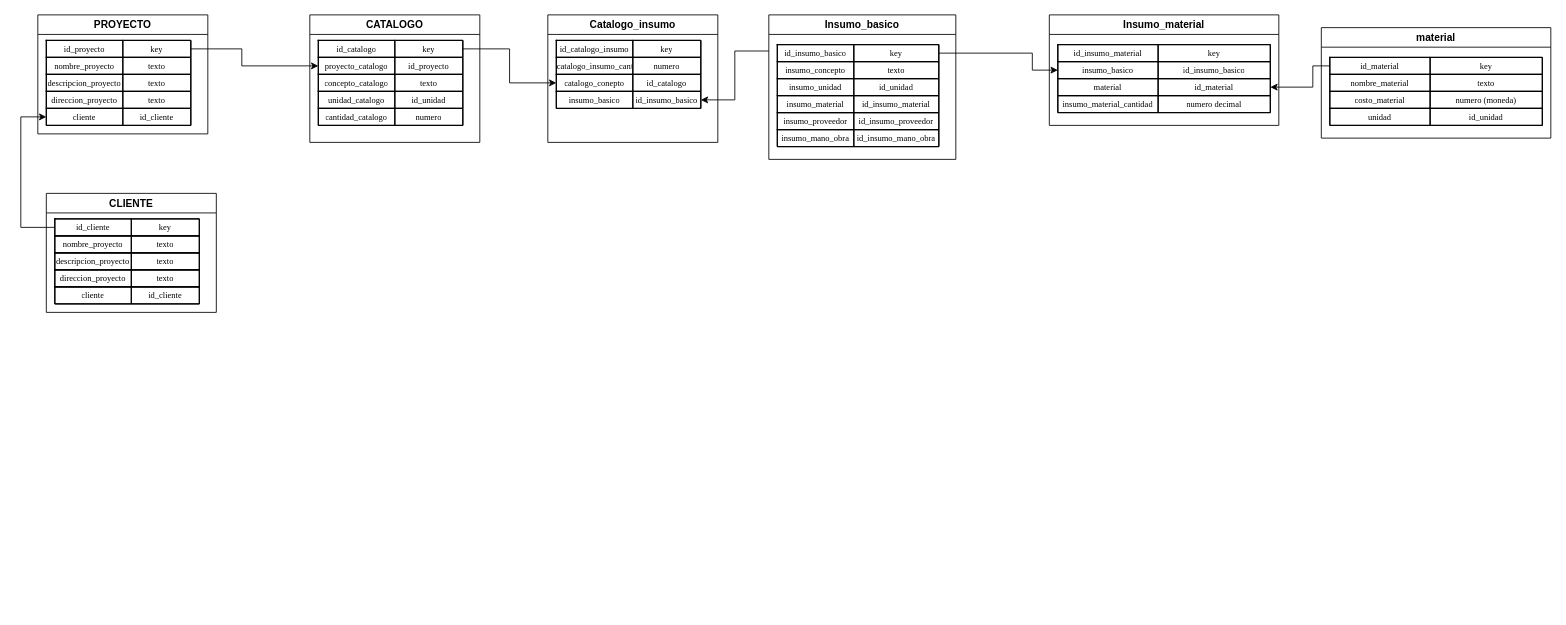
Above: Base_datos.drawio in joserra71/AdmonObra (draw.io), before the change. Source tidied: cells renumbered, new cells numbered last; positions are measured from the earlier drawing's top-left corner, leaving out a move shared by most shapes. Both pictures are drawn from the tidied source at 85%, with x=0, y=0 at pixel (20, 14).
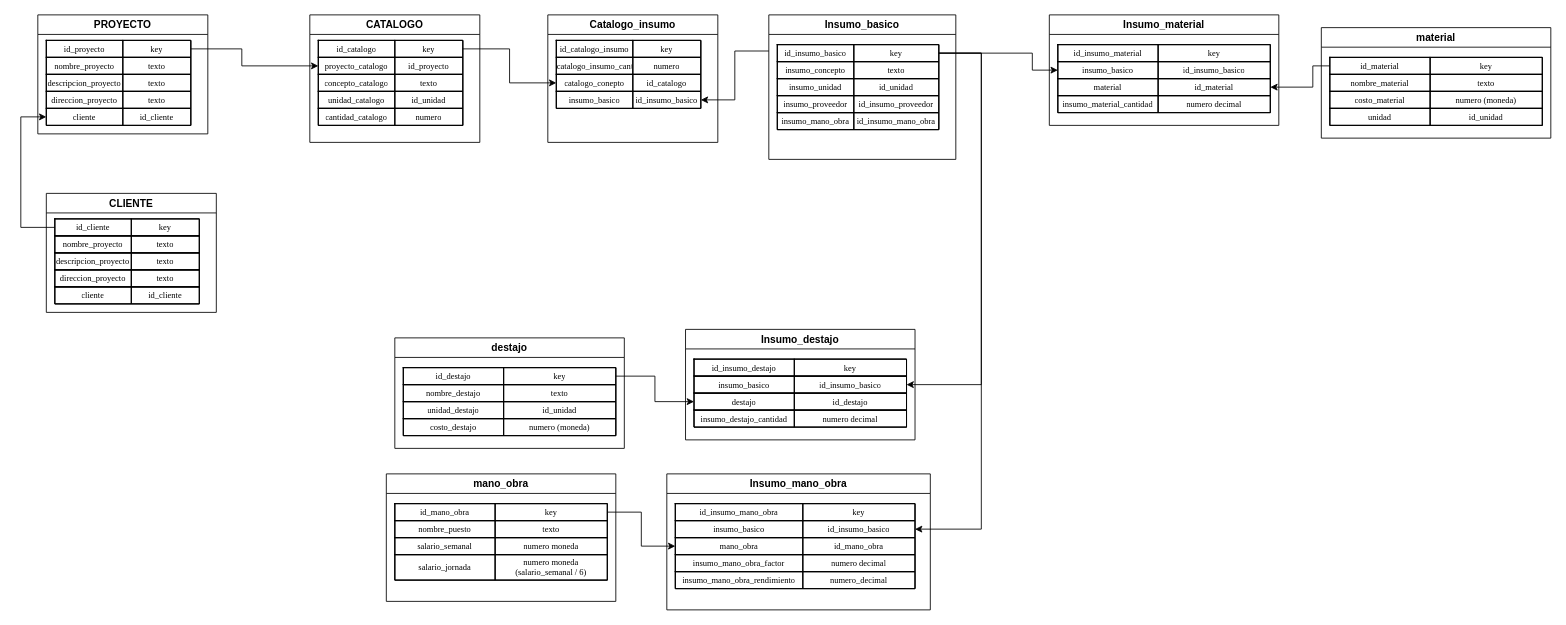
The same page after the edit.

The change refers to these unchanged cells:
```xml
<mxCell id="71" value="Insumo_basico" style="swimlane;whiteSpace=wrap;html=1;" parent="1" vertex="1">
  <mxGeometry x="880" width="220" height="170" as="geometry" />
</mxCell>
<mxCell id="73" style="shape=tableRow;horizontal=0;startSize=0;swimlaneHead=0;swimlaneBody=0;strokeColor=inherit;fillColor=none;points=[[0,0.5],[1,0.5]];portConstraint=eastwest;fixedHeader=1;" parent="72" vertex="1">
  <mxGeometry width="190" height="20" as="geometry" />
</mxCell>
```

What changed in the source:
```diff
@@
     <mxCell id="72" style="shape=table;startSize=0;childLayout=tableLayout;fixedHeader=1;tableRender=collapsed;" parent="71" vertex="1">
-      <mxGeometry x="10" y="35" width="190" height="120" as="geometry" />
+      <mxGeometry x="10" y="35" width="190" height="100" as="geometry" />
     </mxCell>
@@
-    <mxCell id="82" style="shape=tableRow;horizontal=0;startSize=0;swimlaneHead=0;swimlaneBody=0;strokeColor=inherit;fillColor=none;fixedHeader=1;" parent="72" vertex="1">
-      <mxGeometry y="60" width="190" height="20" as="geometry" />
-    </mxCell>
-    <mxCell id="83" value="insumo_material" style="shape=partialRectangle;html=1;whiteSpace=wrap;strokeColor=inherit;overflow=hidden;fillColor=none;fontFamily=Garamond;fontSize=10;" parent="82" vertex="1">
-      <mxGeometry width="90" height="20" as="geometry" />
-    </mxCell>
-    <mxCell id="84" value="id_insumo_material" style="shape=partialRectangle;html=1;whiteSpace=wrap;strokeColor=inherit;overflow=hidden;fillColor=none;fontFamily=Garamond;fontSize=10;" parent="82" vertex="1">
-      <mxGeometry x="90" width="100" height="20" as="geometry" />
-    </mxCell>
     <mxCell id="85" style="shape=tableRow;horizontal=0;startSize=0;swimlaneHead=0;swimlaneBody=0;strokeColor=inherit;fillColor=none;fixedHeader=1;" parent="72" vertex="1">
-      <mxGeometry y="80" width="190" height="20" as="geometry" />
+      <mxGeometry y="60" width="190" height="20" as="geometry" />
     </mxCell>
@@
     <mxCell id="88" style="shape=tableRow;horizontal=0;startSize=0;swimlaneHead=0;swimlaneBody=0;strokeColor=inherit;fillColor=none;fixedHeader=1;" parent="72" vertex="1">
-      <mxGeometry y="100" width="190" height="20" as="geometry" />
+      <mxGeometry y="80" width="190" height="20" as="geometry" />
     </mxCell>
@@
+    <mxCell id="121" value="Insumo_destajo" style="swimlane;whiteSpace=wrap;html=1;" parent="1" vertex="1">
+      <mxGeometry x="782" y="370" width="270" height="130" as="geometry" />
+    </mxCell>
+    <mxCell id="122" style="shape=table;startSize=0;childLayout=tableLayout;fixedHeader=1;tableRender=collapsed;" parent="121" vertex="1">
+      <mxGeometry x="10" y="35" width="250" height="80" as="geometry" />
+    </mxCell>
+    <mxCell id="123" style="shape=tableRow;horizontal=0;startSize=0;swimlaneHead=0;swimlaneBody=0;strokeColor=inherit;fillColor=none;fixedHeader=1;" parent="122" vertex="1">
+      <mxGeometry width="250" height="20" as="geometry" />
+    </mxCell>
+    <mxCell id="124" value="id_insumo_destajo" style="shape=partialRectangle;html=1;whiteSpace=wrap;strokeColor=inherit;overflow=hidden;fillColor=none;fontFamily=Garamond;fontSize=10;" parent="123" vertex="1">
+      <mxGeometry width="118" height="20" as="geometry" />
+    </mxCell>
+    <mxCell id="125" value="key" style="shape=partialRectangle;html=1;whiteSpace=wrap;strokeColor=inherit;overflow=hidden;fillColor=none;fontFamily=Garamond;fontSize=10;" parent="123" vertex="1">
+      <mxGeometry x="118" width="132" height="20" as="geometry" />
+    </mxCell>
+    <mxCell id="126" style="shape=tableRow;horizontal=0;startSize=0;swimlaneHead=0;swimlaneBody=0;strokeColor=inherit;fillColor=none;points=[[0,0.5],[1,0.5]];portConstraint=eastwest;fixedHeader=1;" parent="122" vertex="1">
+      <mxGeometry y="20" width="250" height="20" as="geometry" />
+    </mxCell>
+    <mxCell id="127" value="insumo_basico" style="shape=partialRectangle;html=1;whiteSpace=wrap;strokeColor=inherit;overflow=hidden;fillColor=none;fontFamily=Garamond;fontSize=10;" parent="126" vertex="1">
+      <mxGeometry width="118" height="20" as="geometry" />
+    </mxCell>
+    <mxCell id="128" value="id_insumo_basico" style="shape=partialRectangle;html=1;whiteSpace=wrap;strokeColor=inherit;overflow=hidden;fillColor=none;fontFamily=Garamond;fontSize=10;" parent="126" vertex="1">
+      <mxGeometry x="118" width="132" height="20" as="geometry" />
+    </mxCell>
+    <mxCell id="129" style="shape=tableRow;horizontal=0;startSize=0;swimlaneHead=0;swimlaneBody=0;strokeColor=inherit;fillColor=none;points=[[0,0.5],[1,0.5]];portConstraint=eastwest;fixedHeader=1;" parent="122" vertex="1">
+      <mxGeometry y="40" width="250" height="20" as="geometry" />
+    </mxCell>
+    <mxCell id="130" value="destajo" style="shape=partialRectangle;html=1;whiteSpace=wrap;strokeColor=inherit;overflow=hidden;fillColor=none;fontFamily=Garamond;fontSize=10;" parent="129" vertex="1">
+      <mxGeometry width="118" height="20" as="geometry" />
+    </mxCell>
+    <mxCell id="131" value="id_destajo" style="shape=partialRectangle;html=1;whiteSpace=wrap;strokeColor=inherit;overflow=hidden;fillColor=none;fontFamily=Garamond;fontSize=10;" parent="129" vertex="1">
+      <mxGeometry x="118" width="132" height="20" as="geometry" />
+    </mxCell>
+    <mxCell id="132" style="shape=tableRow;horizontal=0;startSize=0;swimlaneHead=0;swimlaneBody=0;strokeColor=inherit;fillColor=none;fixedHeader=1;" parent="122" vertex="1">
+      <mxGeometry y="60" width="250" height="20" as="geometry" />
+    </mxCell>
+    <mxCell id="133" value="insumo_destajo_cantidad" style="shape=partialRectangle;html=1;whiteSpace=wrap;strokeColor=inherit;overflow=hidden;fillColor=none;fontFamily=Garamond;fontSize=10;" parent="132" vertex="1">
+      <mxGeometry width="118" height="20" as="geometry" />
+    </mxCell>
+    <mxCell id="134" value="numero decimal" style="shape=partialRectangle;html=1;whiteSpace=wrap;strokeColor=inherit;overflow=hidden;fillColor=none;fontFamily=Garamond;fontSize=10;" parent="132" vertex="1">
+      <mxGeometry x="118" width="132" height="20" as="geometry" />
+    </mxCell>
+    <mxCell id="135" style="edgeStyle=orthogonalEdgeStyle;rounded=0;jettySize=auto;html=1;exitX=1;exitY=0.5;exitDx=0;exitDy=0;defaultLabelBackgroundColor=page;entryX=1;entryY=0.5;entryDx=0;entryDy=0;" parent="1" edge="1" source="73" target="126">
+      <mxGeometry x="0.22" relative="1" as="geometry">
+        <Array as="points">
+          <mxPoint x="1130" y="45" />
+          <mxPoint x="1130" y="435" />
+        </Array>
+      </mxGeometry>
+    </mxCell>
+    <mxCell id="136" value="destajo" style="swimlane;whiteSpace=wrap;html=1;" parent="1" vertex="1">
+      <mxGeometry x="440" y="380" width="270" height="130" as="geometry" />
+    </mxCell>
+    <mxCell id="137" style="shape=table;startSize=0;childLayout=tableLayout;fixedHeader=1;tableRender=collapsed;" parent="136" vertex="1">
+      <mxGeometry x="10" y="35" width="250" height="80" as="geometry" />
+    </mxCell>
+    <mxCell id="138" style="shape=tableRow;horizontal=0;startSize=0;swimlaneHead=0;swimlaneBody=0;strokeColor=inherit;fillColor=none;points=[[0,0.5],[1,0.5]];portConstraint=eastwest;fixedHeader=1;" parent="137" vertex="1">
+      <mxGeometry width="250" height="20" as="geometry" />
+    </mxCell>
+    <mxCell id="139" value="id_destajo" style="shape=partialRectangle;html=1;whiteSpace=wrap;strokeColor=inherit;overflow=hidden;fillColor=none;fontFamily=Garamond;fontSize=10;" parent="138" vertex="1">
+      <mxGeometry width="118" height="20" as="geometry" />
+    </mxCell>
+    <mxCell id="140" value="key" style="shape=partialRectangle;html=1;whiteSpace=wrap;strokeColor=inherit;overflow=hidden;fillColor=none;fontFamily=Garamond;fontSize=10;" parent="138" vertex="1">
+      <mxGeometry x="118" width="132" height="20" as="geometry" />
+    </mxCell>
+    <mxCell id="141" style="shape=tableRow;horizontal=0;startSize=0;swimlaneHead=0;swimlaneBody=0;strokeColor=inherit;fillColor=none;fixedHeader=1;" parent="137" vertex="1">
+      <mxGeometry y="20" width="250" height="20" as="geometry" />
+    </mxCell>
+    <mxCell id="142" value="nombre_destajo" style="shape=partialRectangle;html=1;whiteSpace=wrap;strokeColor=inherit;overflow=hidden;fillColor=none;fontFamily=Garamond;fontSize=10;" parent="141" vertex="1">
+      <mxGeometry width="118" height="20" as="geometry" />
+    </mxCell>
+    <mxCell id="143" value="texto" style="shape=partialRectangle;html=1;whiteSpace=wrap;strokeColor=inherit;overflow=hidden;fillColor=none;fontFamily=Garamond;fontSize=10;" parent="141" vertex="1">
+      <mxGeometry x="118" width="132" height="20" as="geometry" />
+    </mxCell>
+    <mxCell id="144" style="shape=tableRow;horizontal=0;startSize=0;swimlaneHead=0;swimlaneBody=0;strokeColor=inherit;fillColor=none;fixedHeader=1;" parent="137" vertex="1">
+      <mxGeometry y="40" width="250" height="20" as="geometry" />
+    </mxCell>
+    <mxCell id="145" value="unidad_destajo" style="shape=partialRectangle;html=1;whiteSpace=wrap;strokeColor=inherit;overflow=hidden;fillColor=none;fontFamily=Garamond;fontSize=10;" parent="144" vertex="1">
+      <mxGeometry width="118" height="20" as="geometry" />
+    </mxCell>
+    <mxCell id="146" value="id_unidad" style="shape=partialRectangle;html=1;whiteSpace=wrap;strokeColor=inherit;overflow=hidden;fillColor=none;fontFamily=Garamond;fontSize=10;" parent="144" vertex="1">
+      <mxGeometry x="118" width="132" height="20" as="geometry" />
+    </mxCell>
+    <mxCell id="147" style="shape=tableRow;horizontal=0;startSize=0;swimlaneHead=0;swimlaneBody=0;strokeColor=inherit;fillColor=none;fixedHeader=1;" parent="137" vertex="1">
+      <mxGeometry y="60" width="250" height="20" as="geometry" />
+    </mxCell>
+    <mxCell id="148" value="costo_destajo" style="shape=partialRectangle;html=1;whiteSpace=wrap;strokeColor=inherit;overflow=hidden;fillColor=none;fontFamily=Garamond;fontSize=10;" parent="147" vertex="1">
+      <mxGeometry width="118" height="20" as="geometry" />
+    </mxCell>
+    <mxCell id="149" value="numero (moneda)" style="shape=partialRectangle;html=1;whiteSpace=wrap;strokeColor=inherit;overflow=hidden;fillColor=none;fontFamily=Garamond;fontSize=10;" parent="147" vertex="1">
+      <mxGeometry x="118" width="132" height="20" as="geometry" />
+    </mxCell>
+    <mxCell id="150" style="edgeStyle=orthogonalEdgeStyle;rounded=0;jettySize=auto;html=1;exitX=1;exitY=0.5;exitDx=0;exitDy=0;entryX=0;entryY=0.5;entryDx=0;entryDy=0;defaultLabelBackgroundColor=page;" parent="1" edge="1" source="138" target="129">
+      <mxGeometry relative="1" as="geometry" />
+    </mxCell>
+    <mxCell id="151" value="Insumo_mano_obra" style="swimlane;whiteSpace=wrap;html=1;" parent="1" vertex="1">
+      <mxGeometry x="760" y="540" width="310" height="160" as="geometry" />
+    </mxCell>
+    <mxCell id="152" style="shape=table;startSize=0;childLayout=tableLayout;fixedHeader=1;tableRender=collapsed;" parent="151" vertex="1">
+      <mxGeometry x="10" y="35" width="282" height="100" as="geometry" />
+    </mxCell>
+    <mxCell id="153" style="shape=tableRow;horizontal=0;startSize=0;swimlaneHead=0;swimlaneBody=0;strokeColor=inherit;fillColor=none;fixedHeader=1;" parent="152" vertex="1">
+      <mxGeometry width="282" height="20" as="geometry" />
+    </mxCell>
+    <mxCell id="154" value="id_insumo_mano_obra" style="shape=partialRectangle;html=1;whiteSpace=wrap;strokeColor=inherit;overflow=hidden;fillColor=none;fontFamily=Garamond;fontSize=10;" parent="153" vertex="1">
+      <mxGeometry width="150" height="20" as="geometry" />
+    </mxCell>
+    <mxCell id="155" value="key" style="shape=partialRectangle;html=1;whiteSpace=wrap;strokeColor=inherit;overflow=hidden;fillColor=none;fontFamily=Garamond;fontSize=10;" parent="153" vertex="1">
+      <mxGeometry x="150" width="132" height="20" as="geometry" />
+    </mxCell>
+    <mxCell id="156" style="shape=tableRow;horizontal=0;startSize=0;swimlaneHead=0;swimlaneBody=0;strokeColor=inherit;fillColor=none;points=[[0,0.5],[1,0.5]];portConstraint=eastwest;fixedHeader=1;" parent="152" vertex="1">
+      <mxGeometry y="20" width="282" height="20" as="geometry" />
+    </mxCell>
+    <mxCell id="157" value="insumo_basico" style="shape=partialRectangle;html=1;whiteSpace=wrap;strokeColor=inherit;overflow=hidden;fillColor=none;fontFamily=Garamond;fontSize=10;" parent="156" vertex="1">
+      <mxGeometry width="150" height="20" as="geometry" />
+    </mxCell>
+    <mxCell id="158" value="id_insumo_basico" style="shape=partialRectangle;html=1;whiteSpace=wrap;strokeColor=inherit;overflow=hidden;fillColor=none;fontFamily=Garamond;fontSize=10;" parent="156" vertex="1">
+      <mxGeometry x="150" width="132" height="20" as="geometry" />
+    </mxCell>
+    <mxCell id="159" style="shape=tableRow;horizontal=0;startSize=0;swimlaneHead=0;swimlaneBody=0;strokeColor=inherit;fillColor=none;points=[[0,0.5],[1,0.5]];portConstraint=eastwest;fixedHeader=1;" parent="152" vertex="1">
+      <mxGeometry y="40" width="282" height="20" as="geometry" />
+    </mxCell>
+    <mxCell id="160" value="mano_obra" style="shape=partialRectangle;html=1;whiteSpace=wrap;strokeColor=inherit;overflow=hidden;fillColor=none;fontFamily=Garamond;fontSize=10;" parent="159" vertex="1">
+      <mxGeometry width="150" height="20" as="geometry" />
+    </mxCell>
+    <mxCell id="161" value="id_mano_obra" style="shape=partialRectangle;html=1;whiteSpace=wrap;strokeColor=inherit;overflow=hidden;fillColor=none;fontFamily=Garamond;fontSize=10;" parent="159" vertex="1">
+      <mxGeometry x="150" width="132" height="20" as="geometry" />
+    </mxCell>
+    <mxCell id="162" style="shape=tableRow;horizontal=0;startSize=0;swimlaneHead=0;swimlaneBody=0;strokeColor=inherit;fillColor=none;fixedHeader=1;" parent="152" vertex="1">
+      <mxGeometry y="60" width="282" height="20" as="geometry" />
+    </mxCell>
+    <mxCell id="163" value="insumo_mano_obra_factor" style="shape=partialRectangle;html=1;whiteSpace=wrap;strokeColor=inherit;overflow=hidden;fillColor=none;fontFamily=Garamond;fontSize=10;" parent="162" vertex="1">
+      <mxGeometry width="150" height="20" as="geometry" />
+    </mxCell>
+    <mxCell id="164" value="numero decimal" style="shape=partialRectangle;html=1;whiteSpace=wrap;strokeColor=inherit;overflow=hidden;fillColor=none;fontFamily=Garamond;fontSize=10;" parent="162" vertex="1">
+      <mxGeometry x="150" width="132" height="20" as="geometry" />
+    </mxCell>
+    <mxCell id="165" style="shape=tableRow;horizontal=0;startSize=0;swimlaneHead=0;swimlaneBody=0;strokeColor=inherit;fillColor=none;fixedHeader=1;" parent="152" vertex="1">
+      <mxGeometry y="80" width="282" height="20" as="geometry" />
+    </mxCell>
+    <mxCell id="166" value="insumo_mano_obra_rendimiento" style="shape=partialRectangle;html=1;whiteSpace=wrap;strokeColor=inherit;overflow=hidden;fillColor=none;fontFamily=Garamond;fontSize=10;" parent="165" vertex="1">
+      <mxGeometry width="150" height="20" as="geometry" />
+    </mxCell>
+    <mxCell id="167" value="numero_decimal" style="shape=partialRectangle;html=1;whiteSpace=wrap;strokeColor=inherit;overflow=hidden;fillColor=none;fontFamily=Garamond;fontSize=10;" parent="165" vertex="1">
+      <mxGeometry x="150" width="132" height="20" as="geometry" />
+    </mxCell>
+    <mxCell id="168" style="edgeStyle=orthogonalEdgeStyle;rounded=0;jettySize=auto;html=1;exitX=1;exitY=0.5;exitDx=0;exitDy=0;defaultLabelBackgroundColor=page;entryX=1;entryY=0.5;entryDx=0;entryDy=0;" parent="1" edge="1" source="73" target="156">
+      <mxGeometry x="0.19" relative="1" as="geometry">
+        <Array as="points">
+          <mxPoint x="1130" y="45" />
+          <mxPoint x="1130" y="605" />
+        </Array>
+      </mxGeometry>
+    </mxCell>
+    <mxCell id="169" value="mano_obra" style="swimlane;whiteSpace=wrap;html=1;" parent="1" vertex="1">
+      <mxGeometry x="430" y="540" width="270" height="150" as="geometry" />
+    </mxCell>
+    <mxCell id="170" style="shape=table;startSize=0;childLayout=tableLayout;fixedHeader=1;tableRender=collapsed;" parent="169" vertex="1">
+      <mxGeometry x="10" y="35" width="250" height="90" as="geometry" />
+    </mxCell>
+    <mxCell id="171" style="shape=tableRow;horizontal=0;startSize=0;swimlaneHead=0;swimlaneBody=0;strokeColor=inherit;fillColor=none;points=[[0,0.5],[1,0.5]];portConstraint=eastwest;fixedHeader=1;" parent="170" vertex="1">
+      <mxGeometry width="250" height="20" as="geometry" />
+    </mxCell>
+    <mxCell id="172" value="id_mano_obra" style="shape=partialRectangle;html=1;whiteSpace=wrap;strokeColor=inherit;overflow=hidden;fillColor=none;fontFamily=Garamond;fontSize=10;" parent="171" vertex="1">
+      <mxGeometry width="118" height="20" as="geometry" />
+    </mxCell>
+    <mxCell id="173" value="key" style="shape=partialRectangle;html=1;whiteSpace=wrap;strokeColor=inherit;overflow=hidden;fillColor=none;fontFamily=Garamond;fontSize=10;" parent="171" vertex="1">
+      <mxGeometry x="118" width="132" height="20" as="geometry" />
+    </mxCell>
+    <mxCell id="174" style="shape=tableRow;horizontal=0;startSize=0;swimlaneHead=0;swimlaneBody=0;strokeColor=inherit;fillColor=none;fixedHeader=1;" parent="170" vertex="1">
+      <mxGeometry y="20" width="250" height="20" as="geometry" />
+    </mxCell>
+    <mxCell id="175" value="nombre_puesto" style="shape=partialRectangle;html=1;whiteSpace=wrap;strokeColor=inherit;overflow=hidden;fillColor=none;fontFamily=Garamond;fontSize=10;" parent="174" vertex="1">
+      <mxGeometry width="118" height="20" as="geometry" />
+    </mxCell>
+    <mxCell id="176" value="texto" style="shape=partialRectangle;html=1;whiteSpace=wrap;strokeColor=inherit;overflow=hidden;fillColor=none;fontFamily=Garamond;fontSize=10;" parent="174" vertex="1">
+      <mxGeometry x="118" width="132" height="20" as="geometry" />
+    </mxCell>
+    <mxCell id="177" style="shape=tableRow;horizontal=0;startSize=0;swimlaneHead=0;swimlaneBody=0;strokeColor=inherit;fillColor=none;fixedHeader=1;" parent="170" vertex="1">
+      <mxGeometry y="40" width="250" height="20" as="geometry" />
+    </mxCell>
+    <mxCell id="178" value="salario_semanal" style="shape=partialRectangle;html=1;whiteSpace=wrap;strokeColor=inherit;overflow=hidden;fillColor=none;fontFamily=Garamond;fontSize=10;" parent="177" vertex="1">
+      <mxGeometry width="118" height="20" as="geometry" />
+    </mxCell>
+    <mxCell id="179" value="numero moneda" style="shape=partialRectangle;html=1;whiteSpace=wrap;strokeColor=inherit;overflow=hidden;fillColor=none;fontFamily=Garamond;fontSize=10;" parent="177" vertex="1">
+      <mxGeometry x="118" width="132" height="20" as="geometry" />
+    </mxCell>
+    <mxCell id="180" style="shape=tableRow;horizontal=0;startSize=0;swimlaneHead=0;swimlaneBody=0;strokeColor=inherit;fillColor=none;fixedHeader=1;" parent="170" vertex="1">
+      <mxGeometry y="60" width="250" height="30" as="geometry" />
+    </mxCell>
+    <mxCell id="181" value="salario_jornada" style="shape=partialRectangle;html=1;whiteSpace=wrap;strokeColor=inherit;overflow=hidden;fillColor=none;fontFamily=Garamond;fontSize=10;" parent="180" vertex="1">
+      <mxGeometry width="118" height="30" as="geometry" />
+    </mxCell>
+    <mxCell id="182" value="numero moneda (salario_semanal / 6)" style="shape=partialRectangle;html=1;whiteSpace=wrap;strokeColor=inherit;overflow=hidden;fillColor=none;fontFamily=Garamond;fontSize=10;" parent="180" vertex="1">
+      <mxGeometry x="118" width="132" height="30" as="geometry" />
+    </mxCell>
+    <mxCell id="183" style="edgeStyle=orthogonalEdgeStyle;rounded=0;jettySize=auto;html=1;exitX=1;exitY=0.5;exitDx=0;exitDy=0;defaultLabelBackgroundColor=page;" parent="1" edge="1" source="171" target="159">
+      <mxGeometry relative="1" as="geometry" />
+    </mxCell>
```
